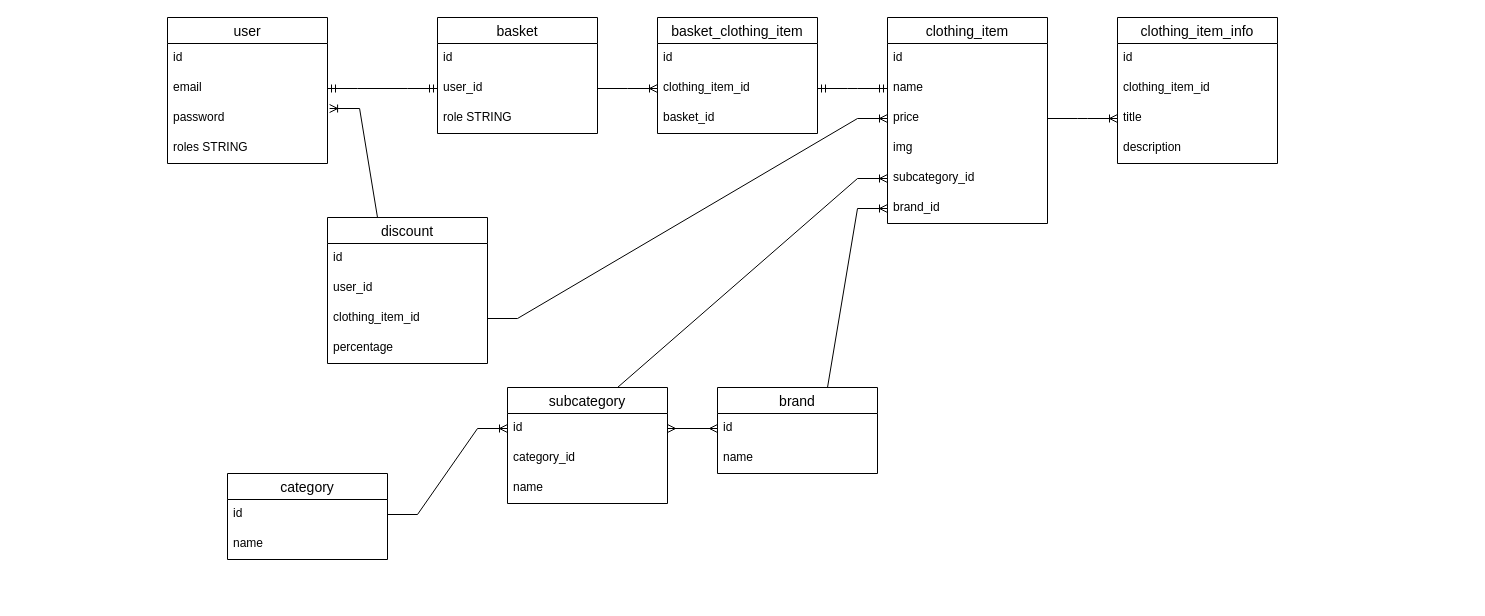
Earlier version of the draw.io diagram server/models/clothing_store_relations.drawio (Antonzo/clothing-store). Source tidied: cells renumbered, new cells numbered last; positions are measured from the earlier drawing's top-left corner, leaving out a move shared by most shapes. Both pictures are drawn from the tidied source at 100%, with x=0, y=0 at pixel (167, 17).
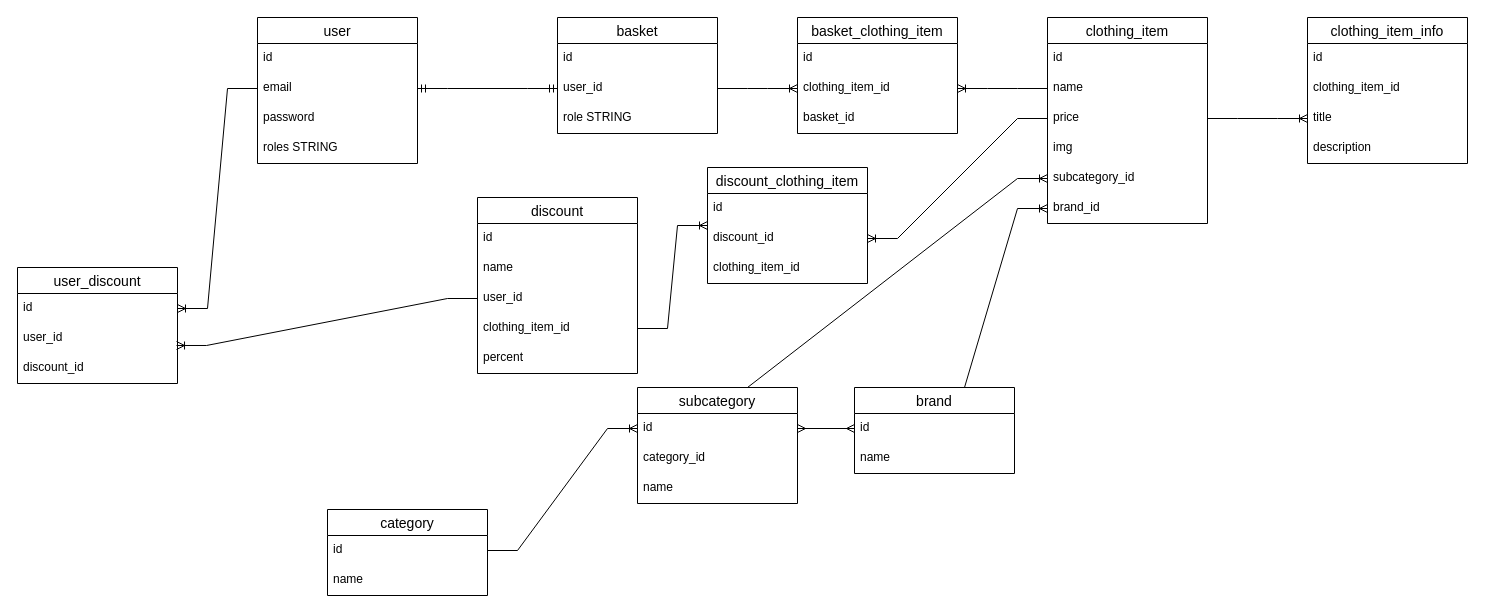
Above is the later version.

Unchanged cells that the change refers to:
```xml
<mxCell id="4" value="email" style="text;strokeColor=none;fillColor=none;spacingLeft=4;spacingRight=4;overflow=hidden;points=[[0,0.5],[1,0.5]];portConstraint=eastwest;fontSize=12;whiteSpace=wrap;html=1;" parent="2" vertex="1">
  <mxGeometry y="56" width="160" height="30" as="geometry" />
</mxCell>
<mxCell id="5" value="password" style="text;strokeColor=none;fillColor=none;spacingLeft=4;spacingRight=4;overflow=hidden;points=[[0,0.5],[1,0.5]];portConstraint=eastwest;fontSize=12;whiteSpace=wrap;html=1;" parent="2" vertex="1">
  <mxGeometry y="86" width="160" height="30" as="geometry" />
</mxCell>
<mxCell id="14" value="name" style="text;strokeColor=none;fillColor=none;spacingLeft=4;spacingRight=4;overflow=hidden;points=[[0,0.5],[1,0.5]];portConstraint=eastwest;fontSize=12;whiteSpace=wrap;html=1;" parent="12" vertex="1">
  <mxGeometry y="56" width="160" height="30" as="geometry" />
</mxCell>
<mxCell id="15" value="price" style="text;strokeColor=none;fillColor=none;spacingLeft=4;spacingRight=4;overflow=hidden;points=[[0,0.5],[1,0.5]];portConstraint=eastwest;fontSize=12;whiteSpace=wrap;html=1;" parent="12" vertex="1">
  <mxGeometry y="86" width="160" height="30" as="geometry" />
</mxCell>
<mxCell id="37" value="clothing_item_id" style="text;strokeColor=none;fillColor=none;spacingLeft=4;spacingRight=4;overflow=hidden;points=[[0,0.5],[1,0.5]];portConstraint=eastwest;fontSize=12;whiteSpace=wrap;html=1;" parent="35" vertex="1">
  <mxGeometry y="56" width="160" height="30" as="geometry" />
</mxCell>
```

Diff of the diagram source:
```diff
@@
     <mxCell id="2" value="user" style="swimlane;fontStyle=0;horizontal=1;startSize=26;align=center;fontSize=14;" parent="1" vertex="1">
-      <mxGeometry width="160" height="146" as="geometry" />
+      <mxGeometry x="90" width="160" height="146" as="geometry" />
     </mxCell>
@@
     <mxCell id="7" value="basket" style="swimlane;fontStyle=0;horizontal=1;startSize=26;align=center;fontSize=14;" parent="1" vertex="1">
-      <mxGeometry x="270" width="160" height="116" as="geometry" />
+      <mxGeometry x="390" width="160" height="116" as="geometry" />
     </mxCell>
@@
     <mxCell id="12" value="clothing_item" style="swimlane;fontStyle=0;horizontal=1;startSize=26;align=center;fontSize=14;" parent="1" vertex="1">
-      <mxGeometry x="720" width="160" height="206" as="geometry" />
+      <mxGeometry x="880" width="160" height="206" as="geometry" />
     </mxCell>
@@
     <mxCell id="19" value="subcategory" style="swimlane;fontStyle=0;horizontal=1;startSize=26;align=center;fontSize=14;" parent="1" vertex="1">
-      <mxGeometry x="340" y="370" width="160" height="116" as="geometry" />
+      <mxGeometry x="470" y="370" width="160" height="116" as="geometry" />
     </mxCell>
@@
     <mxCell id="23" value="brand" style="swimlane;fontStyle=0;horizontal=1;startSize=26;align=center;fontSize=14;" parent="1" vertex="1">
-      <mxGeometry x="550" y="370" width="160" height="86" as="geometry" />
+      <mxGeometry x="687" y="370" width="160" height="86" as="geometry" />
     </mxCell>
@@
     <mxCell id="29" value="clothing_item_info" style="swimlane;fontStyle=0;horizontal=1;startSize=26;align=center;fontSize=14;" parent="1" vertex="1">
-      <mxGeometry x="950" width="160" height="146" as="geometry" />
+      <mxGeometry x="1140" width="160" height="146" as="geometry" />
     </mxCell>
@@
     <mxCell id="35" value="basket_clothing_item" style="swimlane;fontStyle=0;horizontal=1;startSize=26;align=center;fontSize=14;" parent="1" vertex="1">
-      <mxGeometry x="490" width="160" height="116" as="geometry" />
+      <mxGeometry x="630" width="160" height="116" as="geometry" />
     </mxCell>
@@
-    <mxCell id="40" style="edgeStyle=entityRelationEdgeStyle;fontSize=12;html=1;endArrow=ERmandOne;startArrow=ERmandOne;rounded=0;entryX=0;entryY=0.5;entryDx=0;entryDy=0;exitX=1;exitY=0.5;exitDx=0;exitDy=0;" parent="1" edge="1" source="37" target="14">
-      <mxGeometry relative="1" as="geometry" />
-    </mxCell>
     <mxCell id="41" value="discount" style="swimlane;fontStyle=0;horizontal=1;startSize=26;align=center;fontSize=14;" parent="1" vertex="1">
-      <mxGeometry x="160" y="200" width="160" height="146" as="geometry" />
+      <mxGeometry x="310" y="180" width="160" height="176" as="geometry" />
     </mxCell>
@@
+    <mxCell id="52" value="name" style="text;strokeColor=none;fillColor=none;spacingLeft=4;spacingRight=4;overflow=hidden;fontSize=12;whiteSpace=wrap;html=1;" parent="41" vertex="1">
+      <mxGeometry y="56" width="160" height="30" as="geometry" />
+    </mxCell>
     <mxCell id="43" value="user_id" style="text;strokeColor=none;fillColor=none;spacingLeft=4;spacingRight=4;overflow=hidden;points=[[0,0.5],[1,0.5]];portConstraint=eastwest;fontSize=12;whiteSpace=wrap;html=1;" parent="41" vertex="1">
-      <mxGeometry y="56" width="160" height="30" as="geometry" />
+      <mxGeometry y="86" width="160" height="30" as="geometry" />
     </mxCell>
     <mxCell id="44" value="clothing_item_id" style="text;strokeColor=none;fillColor=none;spacingLeft=4;spacingRight=4;overflow=hidden;points=[[0,0.5],[1,0.5]];portConstraint=eastwest;fontSize=12;whiteSpace=wrap;html=1;" parent="41" vertex="1">
-      <mxGeometry y="86" width="160" height="30" as="geometry" />
+      <mxGeometry y="116" width="160" height="30" as="geometry" />
     </mxCell>
-    <mxCell id="45" value="percentage" style="text;strokeColor=none;fillColor=none;spacingLeft=4;spacingRight=4;overflow=hidden;fontSize=12;whiteSpace=wrap;html=1;" parent="41" vertex="1">
-      <mxGeometry y="116" width="160" height="30" as="geometry" />
+    <mxCell id="45" value="percent" style="text;strokeColor=none;fillColor=none;spacingLeft=4;spacingRight=4;overflow=hidden;fontSize=12;whiteSpace=wrap;html=1;" parent="41" vertex="1">
+      <mxGeometry y="146" width="160" height="30" as="geometry" />
     </mxCell>
-    <mxCell id="46" style="edgeStyle=entityRelationEdgeStyle;fontSize=12;html=1;endArrow=ERoneToMany;rounded=0;entryX=1.013;entryY=0.167;entryDx=0;entryDy=0;entryPerimeter=0;exitX=0.5;exitY=0;exitDx=0;exitDy=0;" parent="1" edge="1" source="41" target="5">
-      <mxGeometry relative="1" as="geometry" />
-    </mxCell>
-    <mxCell id="47" style="edgeStyle=entityRelationEdgeStyle;fontSize=12;html=1;endArrow=ERoneToMany;rounded=0;exitX=1;exitY=0.5;exitDx=0;exitDy=0;entryX=0;entryY=0.5;entryDx=0;entryDy=0;" parent="1" edge="1" source="44" target="15">
+    <mxCell id="47" style="edgeStyle=entityRelationEdgeStyle;fontSize=12;html=1;endArrow=ERoneToMany;rounded=0;exitX=1;exitY=0.5;exitDx=0;exitDy=0;" parent="1" edge="1" source="44" target="59">
       <mxGeometry relative="1" as="geometry" />
     </mxCell>
     <mxCell id="48" value="category" style="swimlane;fontStyle=0;horizontal=1;startSize=26;align=center;fontSize=14;" parent="1" vertex="1">
-      <mxGeometry x="60" y="456" width="160" height="86" as="geometry" />
+      <mxGeometry x="160" y="492" width="160" height="86" as="geometry" />
     </mxCell>
@@
+    <mxCell id="53" value="user_discount" style="swimlane;fontStyle=0;horizontal=1;startSize=26;align=center;fontSize=14;" parent="1" vertex="1">
+      <mxGeometry x="-150" y="250" width="160" height="116" as="geometry" />
+    </mxCell>
+    <mxCell id="54" value="id" style="text;strokeColor=none;fillColor=none;spacingLeft=4;spacingRight=4;overflow=hidden;points=[[0,0.5],[1,0.5]];portConstraint=eastwest;fontSize=12;whiteSpace=wrap;html=1;" parent="53" vertex="1">
+      <mxGeometry y="26" width="160" height="30" as="geometry" />
+    </mxCell>
+    <mxCell id="55" value="user_id" style="text;strokeColor=none;fillColor=none;spacingLeft=4;spacingRight=4;overflow=hidden;points=[[0,0.5],[1,0.5]];portConstraint=eastwest;fontSize=12;whiteSpace=wrap;html=1;" parent="53" vertex="1">
+      <mxGeometry y="56" width="160" height="30" as="geometry" />
+    </mxCell>
+    <mxCell id="56" value="discount_id&lt;br&gt;" style="text;strokeColor=none;fillColor=none;spacingLeft=4;spacingRight=4;overflow=hidden;fontSize=12;whiteSpace=wrap;html=1;" parent="53" vertex="1">
+      <mxGeometry y="86" width="160" height="30" as="geometry" />
+    </mxCell>
+    <mxCell id="57" style="edgeStyle=entityRelationEdgeStyle;fontSize=12;html=1;endArrow=ERoneToMany;rounded=0;exitX=0;exitY=0.5;exitDx=0;exitDy=0;entryX=1;entryY=0.5;entryDx=0;entryDy=0;" parent="1" edge="1" source="4" target="54">
+      <mxGeometry relative="1" as="geometry" />
+    </mxCell>
+    <mxCell id="58" style="edgeStyle=entityRelationEdgeStyle;fontSize=12;html=1;endArrow=ERoneToMany;rounded=0;entryX=0.994;entryY=0.733;entryDx=0;entryDy=0;entryPerimeter=0;exitX=0;exitY=0.5;exitDx=0;exitDy=0;" parent="1" edge="1" source="43" target="55">
+      <mxGeometry relative="1" as="geometry" />
+    </mxCell>
+    <mxCell id="59" value="discount_clothing_item" style="swimlane;fontStyle=0;horizontal=1;startSize=26;align=center;fontSize=14;" parent="1" vertex="1">
+      <mxGeometry x="540" y="150" width="160" height="116" as="geometry" />
+    </mxCell>
+    <mxCell id="60" value="id" style="text;strokeColor=none;fillColor=none;spacingLeft=4;spacingRight=4;overflow=hidden;fontSize=12;whiteSpace=wrap;html=1;" parent="59" vertex="1">
+      <mxGeometry y="26" width="160" height="30" as="geometry" />
+    </mxCell>
+    <mxCell id="61" value="discount_id&lt;br&gt;" style="text;strokeColor=none;fillColor=none;spacingLeft=4;spacingRight=4;overflow=hidden;points=[[0,0.5],[1,0.5]];portConstraint=eastwest;fontSize=12;whiteSpace=wrap;html=1;" parent="59" vertex="1">
+      <mxGeometry y="56" width="160" height="30" as="geometry" />
+    </mxCell>
+    <mxCell id="62" value="clothing_item_id" style="text;strokeColor=none;fillColor=none;spacingLeft=4;spacingRight=4;overflow=hidden;fontSize=12;whiteSpace=wrap;html=1;" parent="59" vertex="1">
+      <mxGeometry y="86" width="160" height="30" as="geometry" />
+    </mxCell>
+    <mxCell id="63" style="edgeStyle=entityRelationEdgeStyle;fontSize=12;html=1;endArrow=ERoneToMany;rounded=0;exitX=0;exitY=0.5;exitDx=0;exitDy=0;entryX=1;entryY=0.5;entryDx=0;entryDy=0;" parent="1" edge="1" source="15" target="61">
+      <mxGeometry relative="1" as="geometry" />
+    </mxCell>
+    <mxCell id="64" style="edgeStyle=entityRelationEdgeStyle;fontSize=12;html=1;endArrow=ERoneToMany;rounded=0;exitX=0;exitY=0.5;exitDx=0;exitDy=0;entryX=1;entryY=0.5;entryDx=0;entryDy=0;" parent="1" edge="1" source="14" target="37">
+      <mxGeometry relative="1" as="geometry" />
+    </mxCell>
```
